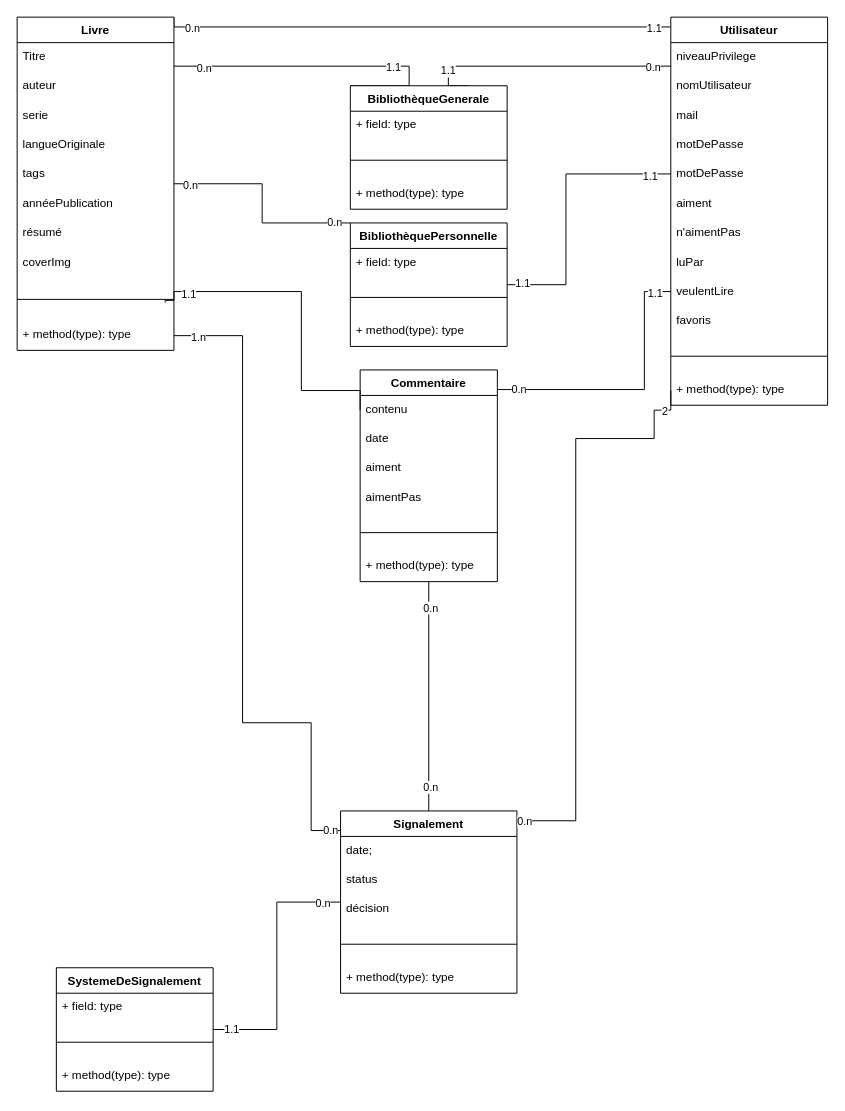
Before: page "DiagrammClass" (1 of 2) of DrawWeBookClasses.drawio in caminomenorca/Projet-bibliotheque-poec, a draw.io diagram. Source tidied: cells renumbered, new cells numbered last; positions are measured from the earlier drawing's top-left corner, leaving out a move shared by most shapes. Both pictures are drawn from the tidied source at 98%, with x=0, y=0 at pixel (17, 17).
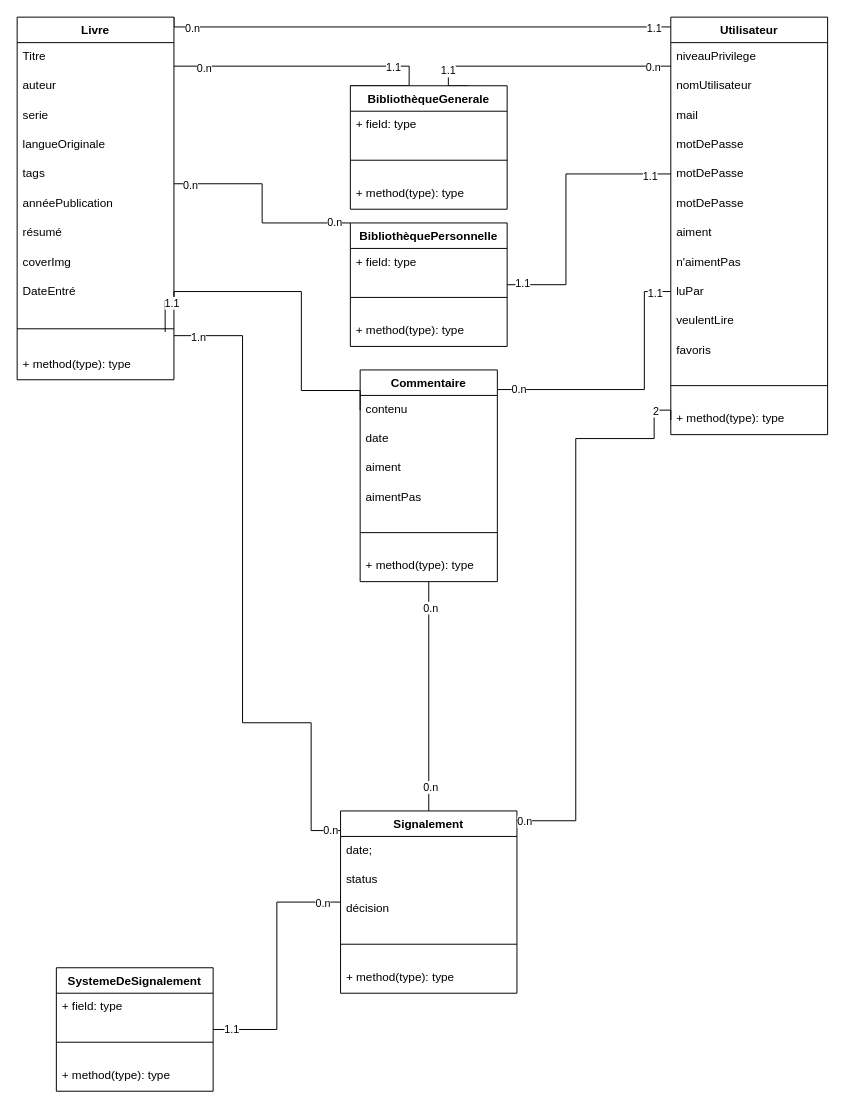
The same page after the edit.

Diff of the diagram source:
```diff
@@
     <mxCell id="12" value="Livre" style="swimlane;fontStyle=1;align=center;verticalAlign=top;horizontal=1;startSize=26;" parent="1" vertex="1">
-      <mxGeometry width="160" height="340" as="geometry" />
+      <mxGeometry width="160" height="370" as="geometry" />
     </mxCell>
@@
+    <mxCell id="83" value="DateEntré" style="text;strokeColor=none;fillColor=none;align=left;verticalAlign=top;spacingLeft=4;spacingRight=4;overflow=hidden;" parent="12" vertex="1">
+      <mxGeometry y="266" width="160" height="30" as="geometry" />
+    </mxCell>
     <mxCell id="21" style="line;strokeWidth=1;fillColor=none;align=left;verticalAlign=middle;spacingTop=-1;spacingLeft=3;spacingRight=3;labelPosition=right;points=[];portConstraint=eastwest;strokeColor=inherit;" parent="12" vertex="1">
-      <mxGeometry y="266" width="160" height="44" as="geometry" />
+      <mxGeometry y="296" width="160" height="44" as="geometry" />
     </mxCell>
     <mxCell id="22" value="+ method(type): type" style="text;strokeColor=none;fillColor=none;align=left;verticalAlign=top;spacingLeft=4;spacingRight=4;overflow=hidden;" parent="12" vertex="1">
-      <mxGeometry y="310" width="160" height="30" as="geometry" />
+      <mxGeometry y="340" width="160" height="30" as="geometry" />
     </mxCell>
     <mxCell id="23" value="Utilisateur" style="swimlane;fontStyle=1;align=center;verticalAlign=top;horizontal=1;startSize=26;" parent="1" vertex="1">
-      <mxGeometry x="667" width="160" height="396" as="geometry" />
+      <mxGeometry x="667" width="160" height="426" as="geometry" />
     </mxCell>
@@
+    <mxCell id="84" value="motDePasse" style="text;strokeColor=none;fillColor=none;align=left;verticalAlign=top;spacingLeft=4;spacingRight=4;overflow=hidden;" parent="23" vertex="1">
+      <mxGeometry y="146" width="160" height="30" as="geometry" />
+    </mxCell>
     <mxCell id="28" value="motDePasse" style="text;strokeColor=none;fillColor=none;align=left;verticalAlign=top;spacingLeft=4;spacingRight=4;overflow=hidden;" parent="23" vertex="1">
-      <mxGeometry y="146" width="160" height="30" as="geometry" />
+      <mxGeometry y="176" width="160" height="30" as="geometry" />
     </mxCell>
     <mxCell id="29" value="aiment" style="text;strokeColor=none;fillColor=none;align=left;verticalAlign=top;spacingLeft=4;spacingRight=4;overflow=hidden;" parent="23" vertex="1">
-      <mxGeometry y="176" width="160" height="30" as="geometry" />
+      <mxGeometry y="206" width="160" height="30" as="geometry" />
     </mxCell>
     <mxCell id="30" value="n'aimentPas" style="text;strokeColor=none;fillColor=none;align=left;verticalAlign=top;spacingLeft=4;spacingRight=4;overflow=hidden;" parent="23" vertex="1">
-      <mxGeometry y="206" width="160" height="30" as="geometry" />
+      <mxGeometry y="236" width="160" height="30" as="geometry" />
     </mxCell>
     <mxCell id="31" value="luPar" style="text;strokeColor=none;fillColor=none;align=left;verticalAlign=top;spacingLeft=4;spacingRight=4;overflow=hidden;" parent="23" vertex="1">
-      <mxGeometry y="236" width="160" height="30" as="geometry" />
+      <mxGeometry y="266" width="160" height="30" as="geometry" />
     </mxCell>
     <mxCell id="32" value="veulentLire" style="text;strokeColor=none;fillColor=none;align=left;verticalAlign=top;spacingLeft=4;spacingRight=4;overflow=hidden;" parent="23" vertex="1">
-      <mxGeometry y="266" width="160" height="30" as="geometry" />
+      <mxGeometry y="296" width="160" height="30" as="geometry" />
     </mxCell>
     <mxCell id="33" value="favoris" style="text;strokeColor=none;fillColor=none;align=left;verticalAlign=top;spacingLeft=4;spacingRight=4;overflow=hidden;" parent="23" vertex="1">
-      <mxGeometry y="296" width="160" height="30" as="geometry" />
+      <mxGeometry y="326" width="160" height="30" as="geometry" />
     </mxCell>
     <mxCell id="34" style="line;strokeWidth=1;fillColor=none;align=left;verticalAlign=middle;spacingTop=-1;spacingLeft=3;spacingRight=3;labelPosition=right;strokeColor=inherit;" parent="23" vertex="1">
-      <mxGeometry y="326" width="160" height="40" as="geometry" />
+      <mxGeometry y="356" width="160" height="40" as="geometry" />
     </mxCell>
     <mxCell id="35" value="+ method(type): type" style="text;strokeColor=none;fillColor=none;align=left;verticalAlign=top;spacingLeft=4;spacingRight=4;overflow=hidden;points=[[0,0.5],[1,0.5]];portConstraint=eastwest;" parent="23" vertex="1">
-      <mxGeometry y="366" width="160" height="30" as="geometry" />
+      <mxGeometry y="396" width="160" height="30" as="geometry" />
     </mxCell>
```
